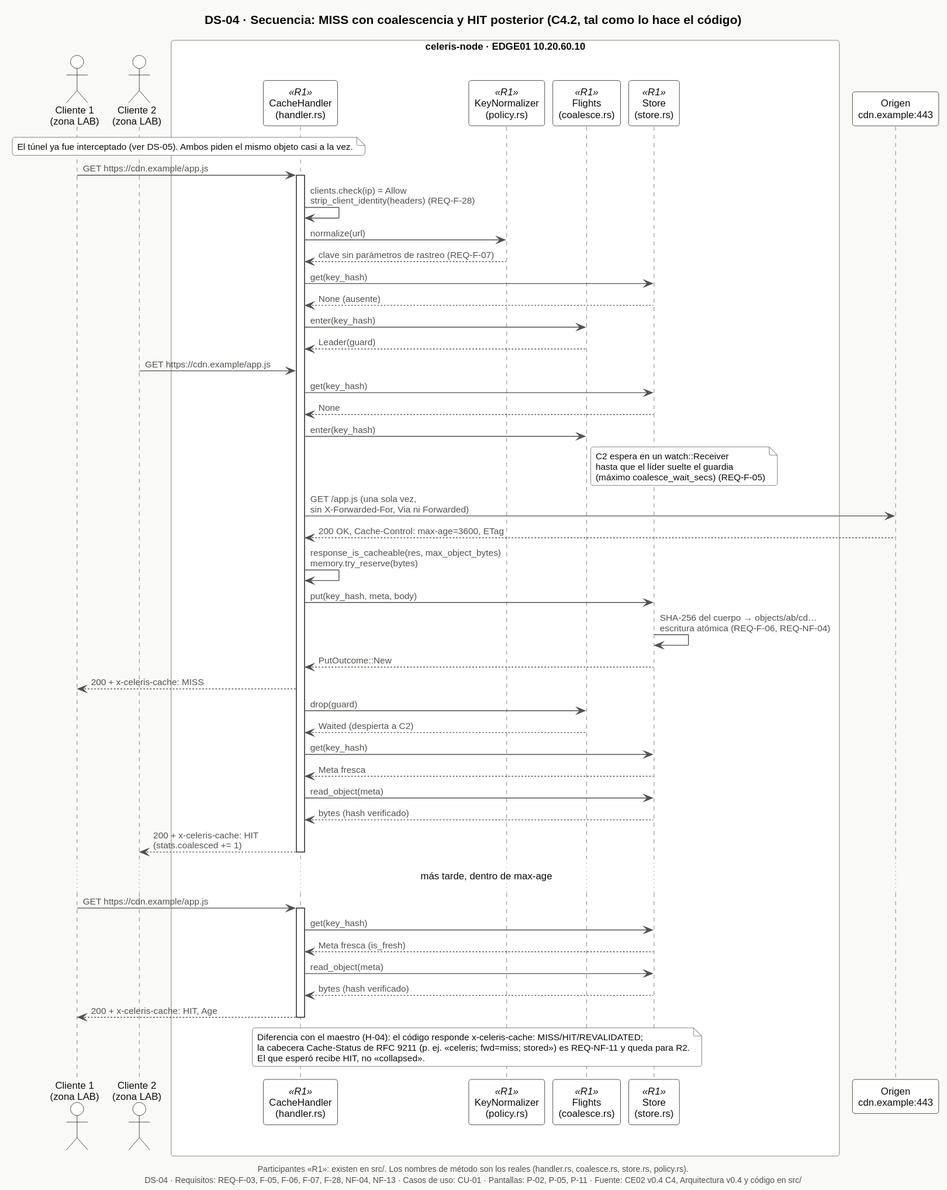
Before: docs/software/e1/diagramas/svg/DS-04-secuencia-miss-coalescencia-hit.svg, a diagram exported from PlantUML (Nick-Saim-MJ/Project-Celeris).
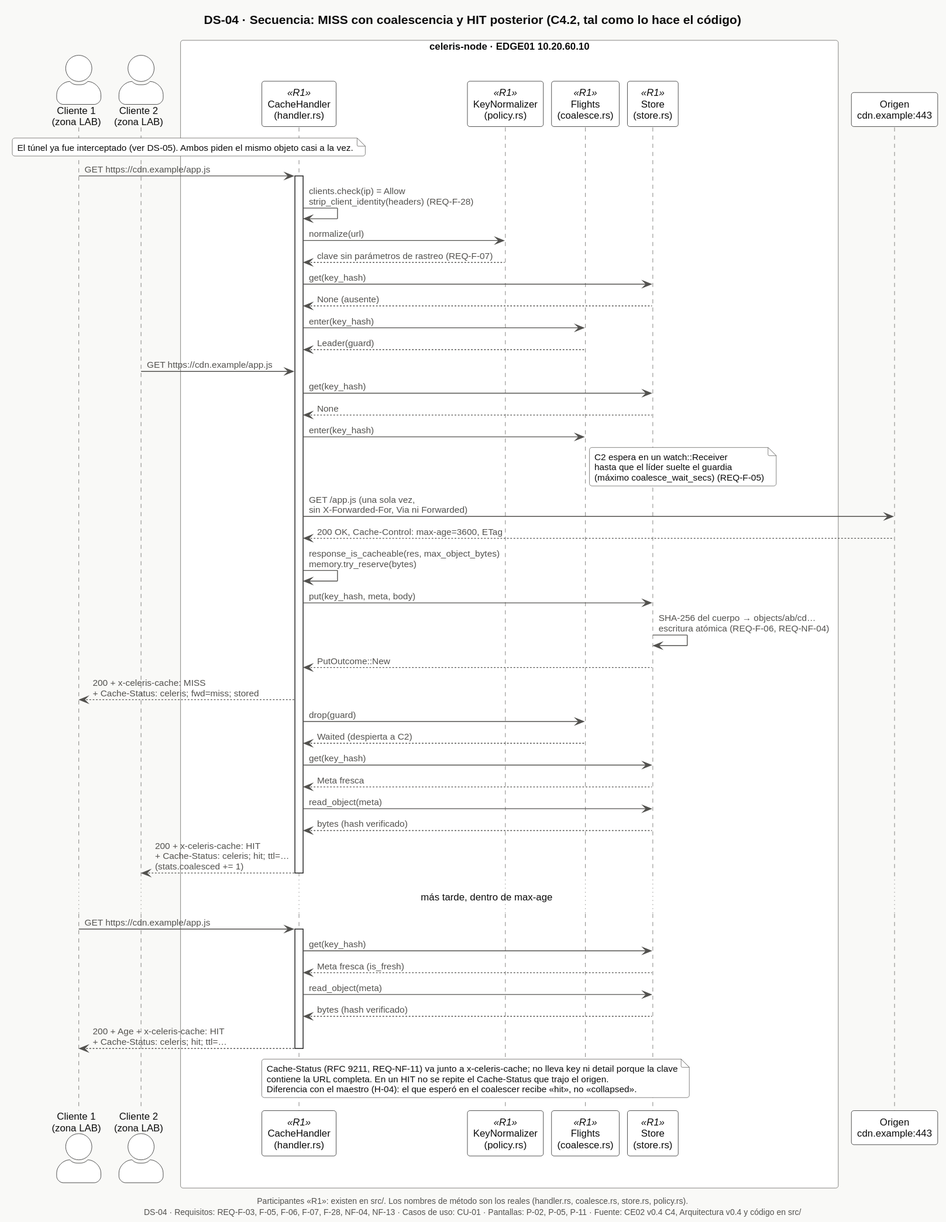
Later version of the same file.

Diff of the diagram source:
```diff
@@ -37,14 +37,14 @@
 H -> S : put(key_hash, meta, body)
 S -> S : SHA-256 del cuerpo → objects/ab/cd…\nescritura atómica (REQ-F-06, REQ-NF-04)
 S --> H : PutOutcome::New
-H --> C1 : 200 + x-celeris-cache: MISS
+H --> C1 : 200 + x-celeris-cache: MISS\n+ Cache-Status: celeris; fwd=miss; stored
 H -> F : drop(guard)
 F --> H : Waited (despierta a C2)
 H -> S : get(key_hash)
 S --> H : Meta fresca
 H -> S : read_object(meta)
 S --> H : bytes (hash verificado)
-H --> C2 : 200 + x-celeris-cache: HIT\n(stats.coalesced += 1)
+H --> C2 : 200 + x-celeris-cache: HIT\n+ Cache-Status: celeris; hit; ttl=…\n(stats.coalesced += 1)
 deactivate H
 
 ... más tarde, dentro de max-age ...
@@ -55,13 +55,13 @@
 S --> H : Meta fresca (is_fresh)
 H -> S : read_object(meta)
 S --> H : bytes (hash verificado)
-H --> C1 : 200 + x-celeris-cache: HIT, Age
+H --> C1 : 200 + Age + x-celeris-cache: HIT\n+ Cache-Status: celeris; hit; ttl=…
 deactivate H
 
 note over H, S
-  Diferencia con el maestro (H-04): el código responde x-celeris-cache: MISS/HIT/REVALIDATED;
-  la cabecera Cache-Status de RFC 9211 (p. ej. «celeris; fwd=miss; stored») es REQ-NF-11 y queda para R2.
-  El que esperó recibe HIT, no «collapsed».
+  Cache-Status (RFC 9211, REQ-NF-11) va junto a x-celeris-cache; no lleva key ni detail porque la clave
+  contiene la URL completa. En un HIT no se repite el Cache-Status que trajo el origen.
+  Diferencia con el maestro (H-04): el que esperó en el coalescer recibe «hit», no «collapsed».
 end note
 
 $pie("DS-04", "REQ-F-03, F-05, F-06, F-07, F-28, NF-04, NF-13", "CU-01", "P-02, P-05, P-11")
```
